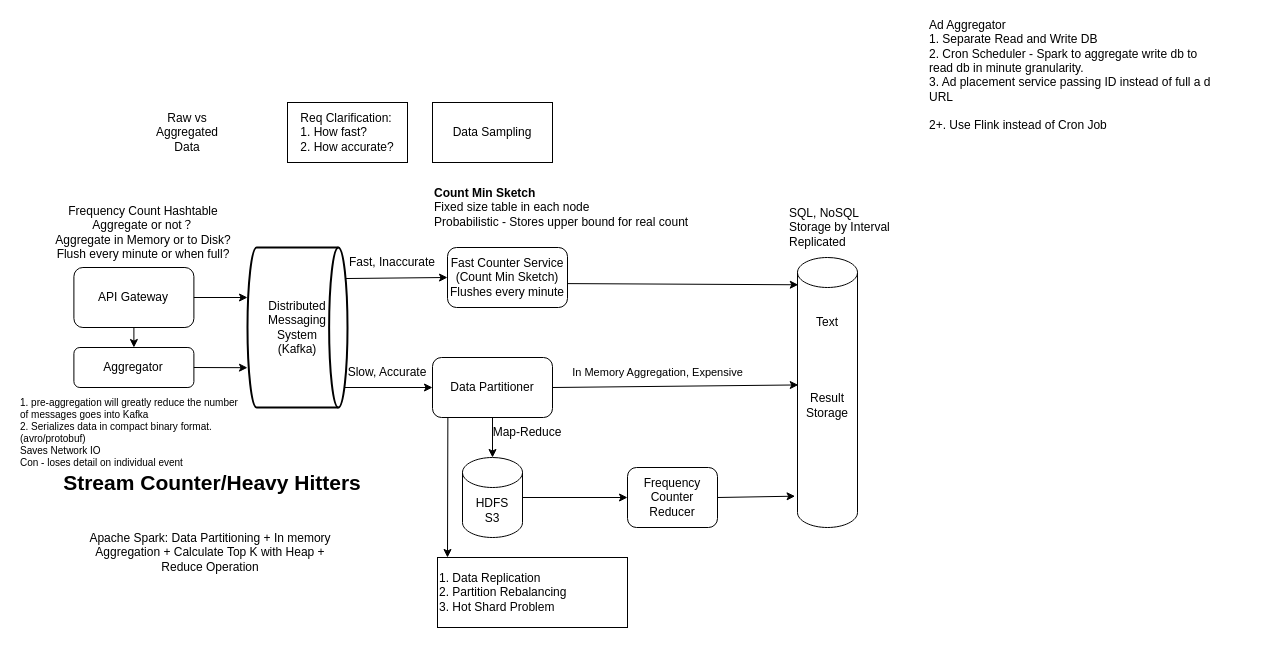
Above: 4_TopK.drawio in xwq172677170/SysdDiagram (draw.io), before the change. Source tidied: cells renumbered, new cells numbered last; positions are measured from the earlier drawing's top-left corner, leaving out a move shared by most shapes. Both pictures are drawn from the tidied source at 100%, with x=0, y=0 at pixel (17, 27).
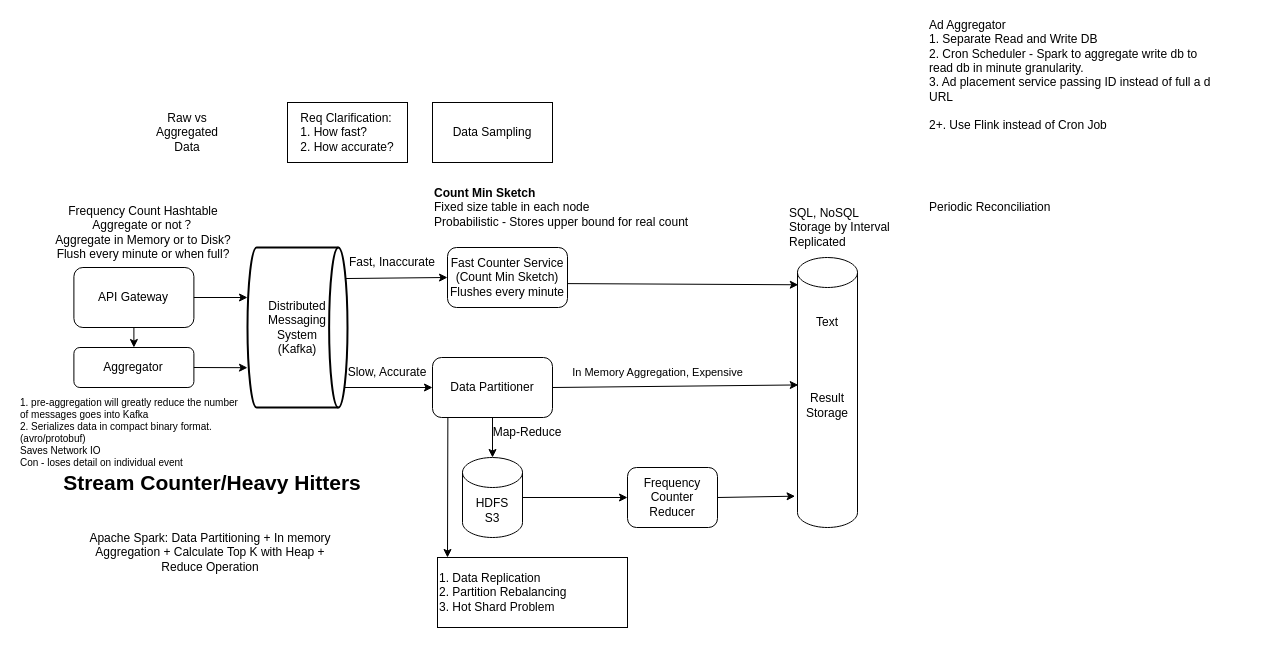
Above is the later version.

Diff of the diagram source:
```diff
@@
+    <mxCell id="37" value="Periodic Reconciliation" style="text;html=1;align=left;verticalAlign=middle;whiteSpace=wrap;rounded=0;" parent="1" vertex="1">
+      <mxGeometry x="910" y="130" width="340" height="100" as="geometry" />
+    </mxCell>
```
